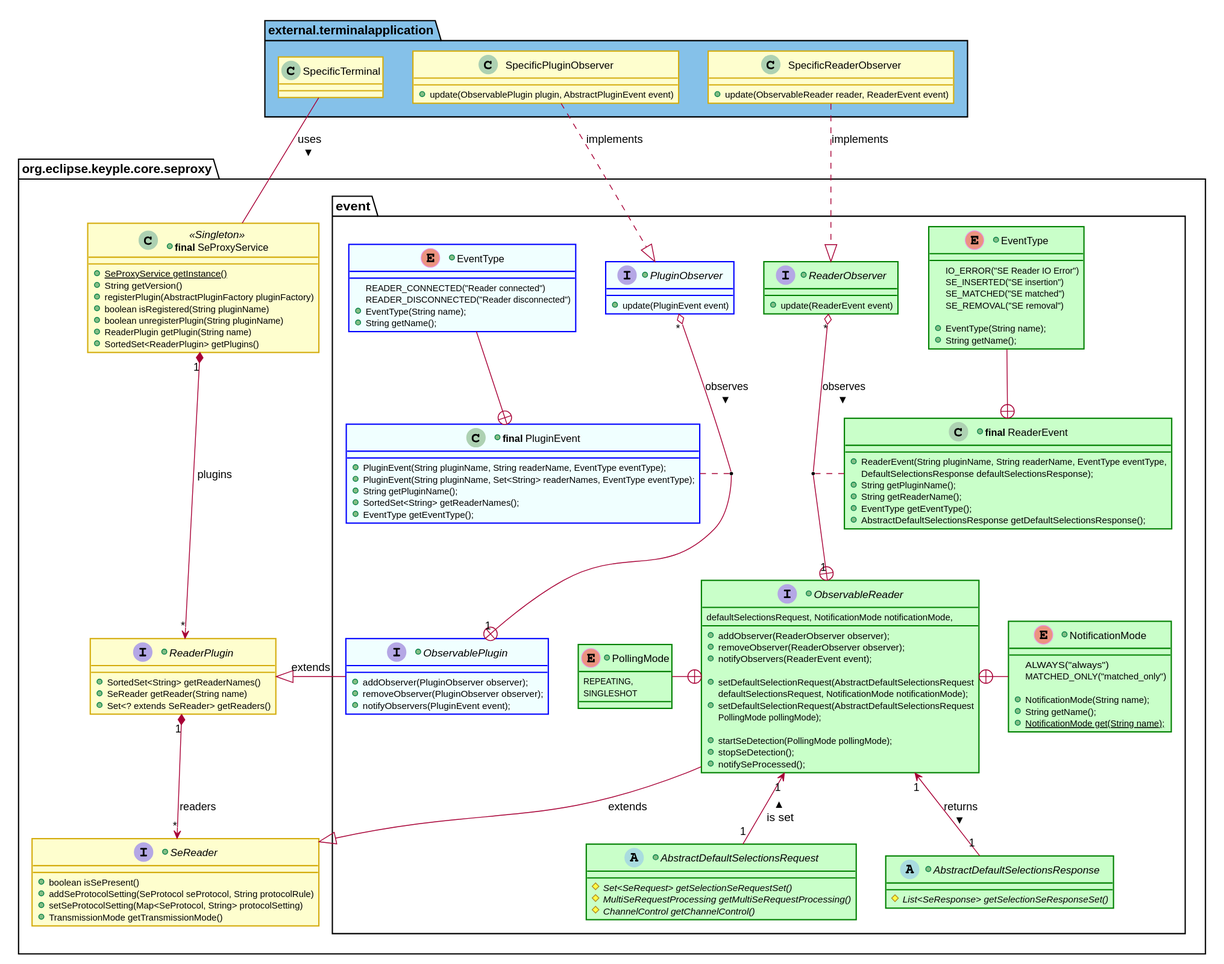
calypsonet/keyple keeps this PlantUML diagram as docs/KeypleCoreApi/ApplicationApi/img/KeypleCore_ApplicationApi_ClassDiag_SE_Proxy_ObservablePluginAndReaderEvents_0_8_1.svg. Above is the earlier version. The source it was exported from:
```plantuml
@startuml
skinparam ClassBorderColor #D4AC0D
skinparam stereotypeABorderColor #A9DCDF
skinparam stereotypeIBorderColor #B4A7E5
skinparam stereotypeCBorderColor #ADD1B2
skinparam stereotypeEBorderColor #EB93DF
skinparam shadowing false

skinparam ClassBackgroundColor<<red>> #FDEDEC
skinparam ClassBorderColor<<red>> #E74C3C
hide <<red>> stereotype
skinparam ClassBackgroundColor<<purple>> #F4ECF7
skinparam ClassBorderColor<<purple>> #8E44AD
hide <<purple>> stereotype
skinparam ClassBackgroundColor<<blue>> #EBF5FB
skinparam ClassBorderColor<<blue>> #3498DB
hide <<blue>> stereotype
skinparam ClassBackgroundColor<<green>> #EAFAF1
skinparam ClassBorderColor<<green>> #2ECC71
hide <<green>> stereotype
skinparam ClassBackgroundColor<<grey>> #EAECEE
skinparam ClassBorderColor<<grey>> #2C3E50
hide <<grey>> stereotype

package external.terminalapplication #85C1E9 {
  class SpecificTerminal

  class SpecificPluginObserver {
    +update(ObservablePlugin plugin, AbstractPluginEvent event)
  }
  class SpecificReaderObserver {
    +update(ObservableReader reader, ReaderEvent event)
  }

  SpecificTerminal -right[hidden]--> SpecificPluginObserver
  SpecificPluginObserver -right[hidden]--> SpecificReaderObserver
}

package org.eclipse.keyple.core.seproxy #FFFFFF {

+class "<b>final</b> SeProxyService" as SeProxyService << Singleton >> {
  +{static}SeProxyService getInstance()
  +String getVersion()
  +registerPlugin(AbstractPluginFactory pluginFactory)
  +boolean isRegistered(String pluginName)
  +boolean unregisterPlugin(String pluginName)
  +ReaderPlugin getPlugin(String name)
  +SortedSet<ReaderPlugin> getPlugins()
}

  package event #FFFFFF {
+enum "EventType" as EventType_Plugin {
  READER_CONNECTED("Reader connected")
  READER_DISCONNECTED("Reader disconnected")
  +EventType(String name);
  +String getName();
}

+class "<b>final</b> PluginEvent" as PluginEvent {
  +PluginEvent(String pluginName, String readerName, EventType eventType);
  +PluginEvent(String pluginName, Set<String> readerNames, EventType eventType);
  +String getPluginName();
  +SortedSet<String> getReaderNames();
  +EventType getEventType();
}
    EventType_Plugin -up-+ PluginEvent

+interface PluginObserver {
  +update(PluginEvent event)
}
+interface ObservablePlugin {
  +addObserver(PluginObserver observer);
  +removeObserver(PluginObserver observer);
  +notifyObservers(PluginEvent event);
}

    PluginObserver "1" +-down-o "*" ObservablePlugin : observes <
    PluginEvent . (ObservablePlugin, PluginObserver)

+enum "EventType" as EventType_Reader {
  IO_ERROR("SE Reader IO Error")
  SE_INSERTED("SE insertion")
  SE_MATCHED("SE matched")
  SE_REMOVAL("SE removal")

  +EventType(String name);
  +String getName();
}

+class "<b>final</b> ReaderEvent" as ReaderEvent {
  +ReaderEvent(String pluginName, String readerName, EventType eventType,
    DefaultSelectionsResponse defaultSelectionsResponse);
  +String getPluginName();
  +String getReaderName();
  +EventType getEventType();
  +AbstractDefaultSelectionsResponse getDefaultSelectionsResponse();
}
    EventType_Reader -up-+ ReaderEvent

+interface ReaderObserver {
  +update(ReaderEvent event)
}
+interface ObservableReader {
  +addObserver(ReaderObserver observer);
  +removeObserver(ReaderObserver observer);
  +notifyObservers(ReaderEvent event);

  +setDefaultSelectionRequest(AbstractDefaultSelectionsRequest
    defaultSelectionsRequest, NotificationMode notificationMode);
  +setDefaultSelectionRequest(AbstractDefaultSelectionsRequest
    defaultSelectionsRequest, NotificationMode notificationMode,
    PollingMode pollingMode);

  +startSeDetection(PollingMode pollingMode);
  +stopSeDetection();
  +notifySeProcessed();
}
+enum NotificationMode {
  ALWAYS("always")
  MATCHED_ONLY("matched_only")

  +NotificationMode(String name);
  +String getName();
  +{static}NotificationMode get(String name);
}

+enum PollingMode {
  REPEATING,
  SINGLESHOT
}
+abstract AbstractDefaultSelectionsRequest {
  {abstract} #Set<SeRequest> getSelectionSeRequestSet()
  {abstract} #MultiSeRequestProcessing getMultiSeRequestProcessing()
  {abstract} #ChannelControl getChannelControl()
}

+abstract AbstractDefaultSelectionsResponse {
  {abstract} #List<SeResponse> getSelectionSeResponseSet()
}

    ReaderObserver "1" +-down-o "*" ObservableReader : observes <
    ReaderEvent . (ReaderObserver, ObservableReader)

    PollingMode -left-+ ObservableReader
    NotificationMode -right-+ ObservableReader

    ObservableReader "1" <-- "1" AbstractDefaultSelectionsRequest : is set <
    ObservableReader "1" <-- "1" AbstractDefaultSelectionsResponse : returns >
  }

+interface ReaderPlugin {
  +SortedSet<String> getReaderNames()
  +SeReader getReader(String name)
  +Set<? extends SeReader> getReaders()
}
+interface SeReader {
  +boolean isSePresent()
  +addSeProtocolSetting(SeProtocol seProtocol, String protocolRule)
  +setSeProtocolSetting(Map<SeProtocol, String> protocolSetting)
  +TransmissionMode getTransmissionMode()
}

  SeProxyService "1" *--> "*" ReaderPlugin : plugins
  ReaderPlugin "1" *-down-> "*" SeReader : readers

  ObservablePlugin -left-|> ReaderPlugin : extends
  ObservableReader --|> SeReader : extends
}

SpecificPluginObserver .down.|> PluginObserver : implements
SpecificReaderObserver .down.|> ReaderObserver : implements
SpecificTerminal -down- SeProxyService : uses >

SpecificTerminal -right[hidden]- SpecificPluginObserver

SeProxyService -right[hidden]--> EventType_Plugin
EventType_Plugin  -right[hidden]--> PluginObserver
PluginObserver -right[hidden]--> ReaderObserver
ReaderObserver  -right[hidden]--> EventType_Reader


enum EventType_Plugin <<Plugin>>
interface PluginObserver <<Plugin>>
class PluginEvent <<Plugin>>
interface ObservablePlugin <<Plugin>>
hide <<Plugin>> stereotype

enum EventType_Reader <<Reader>>
interface ReaderObserver <<Reader>>
class ReaderEvent <<Reader>>
interface ObservableReader <<Reader>>
enum PollingMode <<Reader>>
enum NotificationMode <<Reader>>
abstract AbstractDefaultSelectionsRequest <<Reader>>
abstract AbstractDefaultSelectionsResponse <<Reader>>

hide <<Reader>> stereotype

skinparam class {
  BackgroundColor<<Plugin>> Azure
  BorderColor<<Plugin>> Blue
  BackgroundColor<<Reader>> TECHNOLOGY
  BorderColor<<Reader>> Green
}
@enduml
```
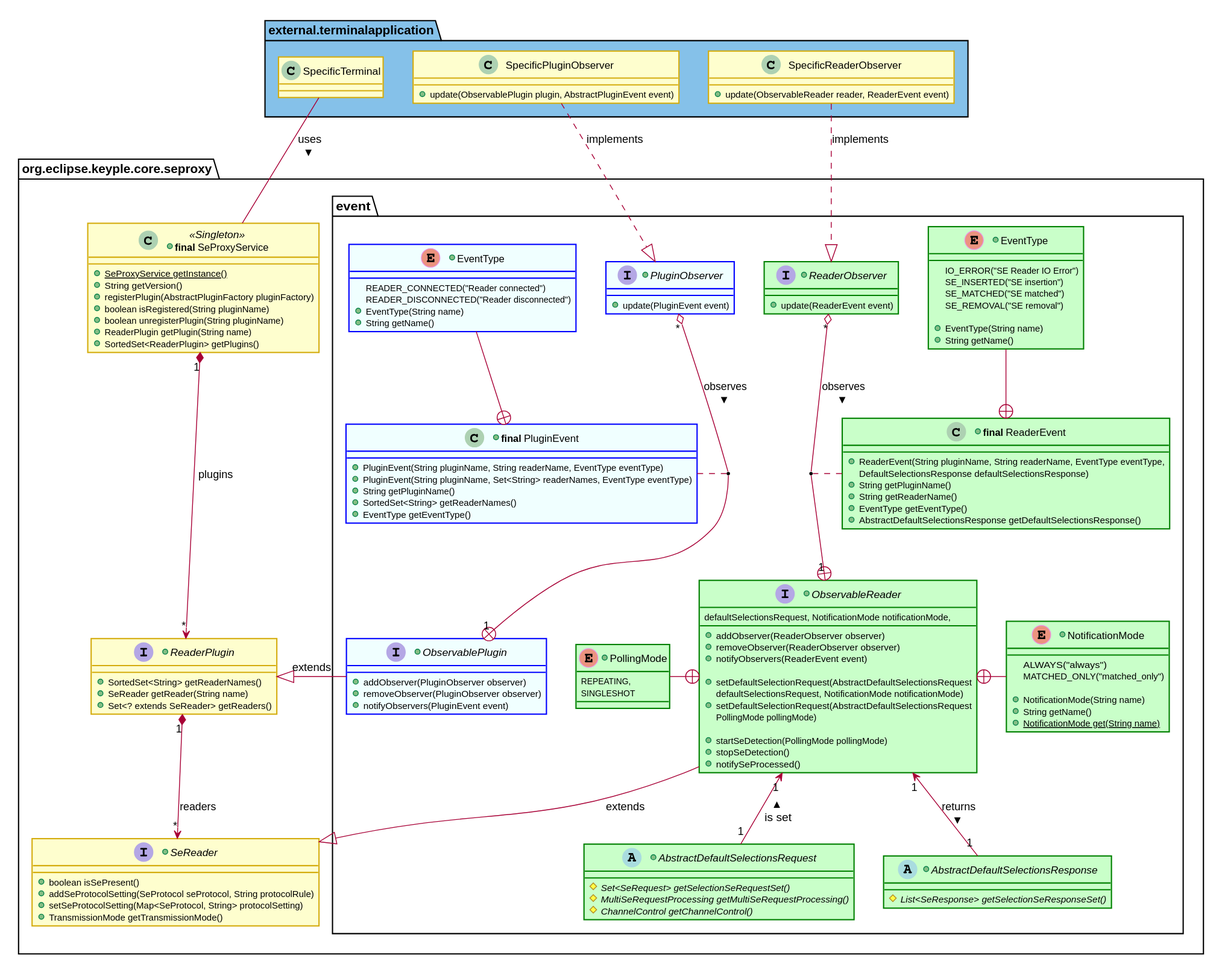
Above is the later version.

What changed in the source:
```diff
@@ -52,16 +52,16 @@
 +enum "EventType" as EventType_Plugin {
   READER_CONNECTED("Reader connected")
   READER_DISCONNECTED("Reader disconnected")
-  +EventType(String name);
-  +String getName();
+  +EventType(String name)
+  +String getName()
 }
 
 +class "<b>final</b> PluginEvent" as PluginEvent {
-  +PluginEvent(String pluginName, String readerName, EventType eventType);
-  +PluginEvent(String pluginName, Set<String> readerNames, EventType eventType);
-  +String getPluginName();
-  +SortedSet<String> getReaderNames();
-  +EventType getEventType();
+  +PluginEvent(String pluginName, String readerName, EventType eventType)
+  +PluginEvent(String pluginName, Set<String> readerNames, EventType eventType)
+  +String getPluginName()
+  +SortedSet<String> getReaderNames()
+  +EventType getEventType()
 }
     EventType_Plugin -up-+ PluginEvent
 
@@ -69,9 +69,9 @@
   +update(PluginEvent event)
 }
 +interface ObservablePlugin {
-  +addObserver(PluginObserver observer);
-  +removeObserver(PluginObserver observer);
-  +notifyObservers(PluginEvent event);
+  +addObserver(PluginObserver observer)
+  +removeObserver(PluginObserver observer)
+  +notifyObservers(PluginEvent event)
 }
 
     PluginObserver "1" +-down-o "*" ObservablePlugin : observes <
@@ -83,17 +83,17 @@
   SE_MATCHED("SE matched")
   SE_REMOVAL("SE removal")
 
-  +EventType(String name);
-  +String getName();
+  +EventType(String name)
+  +String getName()
 }
 
 +class "<b>final</b> ReaderEvent" as ReaderEvent {
   +ReaderEvent(String pluginName, String readerName, EventType eventType,
-    DefaultSelectionsResponse defaultSelectionsResponse);
-  +String getPluginName();
-  +String getReaderName();
-  +EventType getEventType();
-  +AbstractDefaultSelectionsResponse getDefaultSelectionsResponse();
+    DefaultSelectionsResponse defaultSelectionsResponse)
+  +String getPluginName()
+  +String getReaderName()
+  +EventType getEventType()
+  +AbstractDefaultSelectionsResponse getDefaultSelectionsResponse()
 }
     EventType_Reader -up-+ ReaderEvent
 
@@ -101,27 +101,27 @@
   +update(ReaderEvent event)
 }
 +interface ObservableReader {
-  +addObserver(ReaderObserver observer);
-  +removeObserver(ReaderObserver observer);
-  +notifyObservers(ReaderEvent event);
+  +addObserver(ReaderObserver observer)
+  +removeObserver(ReaderObserver observer)
+  +notifyObservers(ReaderEvent event)
 
   +setDefaultSelectionRequest(AbstractDefaultSelectionsRequest
-    defaultSelectionsRequest, NotificationMode notificationMode);
+    defaultSelectionsRequest, NotificationMode notificationMode)
   +setDefaultSelectionRequest(AbstractDefaultSelectionsRequest
     defaultSelectionsRequest, NotificationMode notificationMode,
-    PollingMode pollingMode);
+    PollingMode pollingMode)
 
-  +startSeDetection(PollingMode pollingMode);
-  +stopSeDetection();
-  +notifySeProcessed();
+  +startSeDetection(PollingMode pollingMode)
+  +stopSeDetection()
+  +notifySeProcessed()
 }
 +enum NotificationMode {
   ALWAYS("always")
   MATCHED_ONLY("matched_only")
 
-  +NotificationMode(String name);
-  +String getName();
-  +{static}NotificationMode get(String name);
+  +NotificationMode(String name)
+  +String getName()
+  +{static}NotificationMode get(String name)
 }
 
 +enum PollingMode {
```
